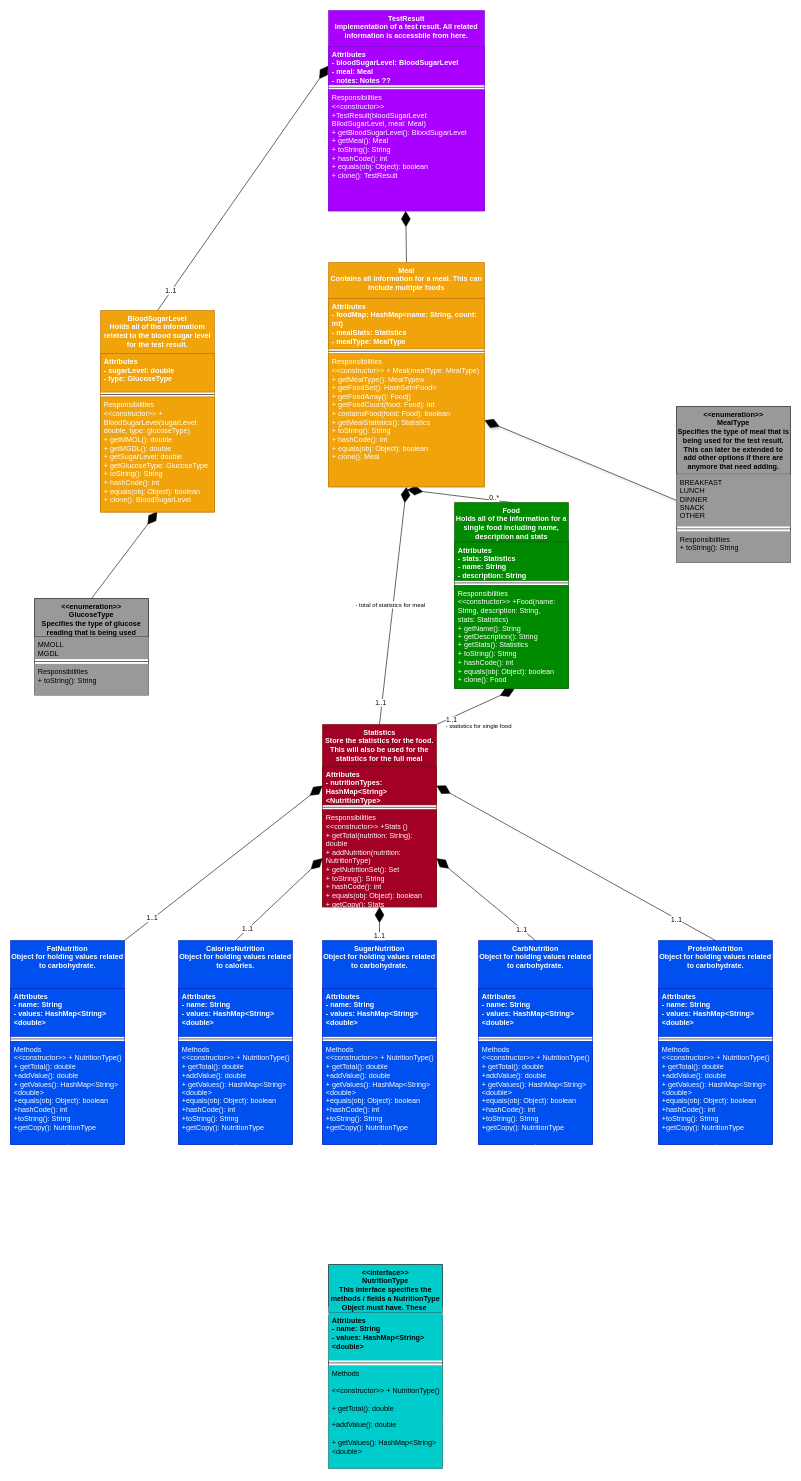
Above: Docs/ProjectLayout.drawio in dave-t-c/test-result (draw.io), before the change. Source tidied: cells renumbered, new cells numbered last; positions are measured from the earlier drawing's top-left corner, leaving out a move shared by most shapes. Both pictures are drawn from the tidied source at 60%, with x=0, y=0 at pixel (10, 10).
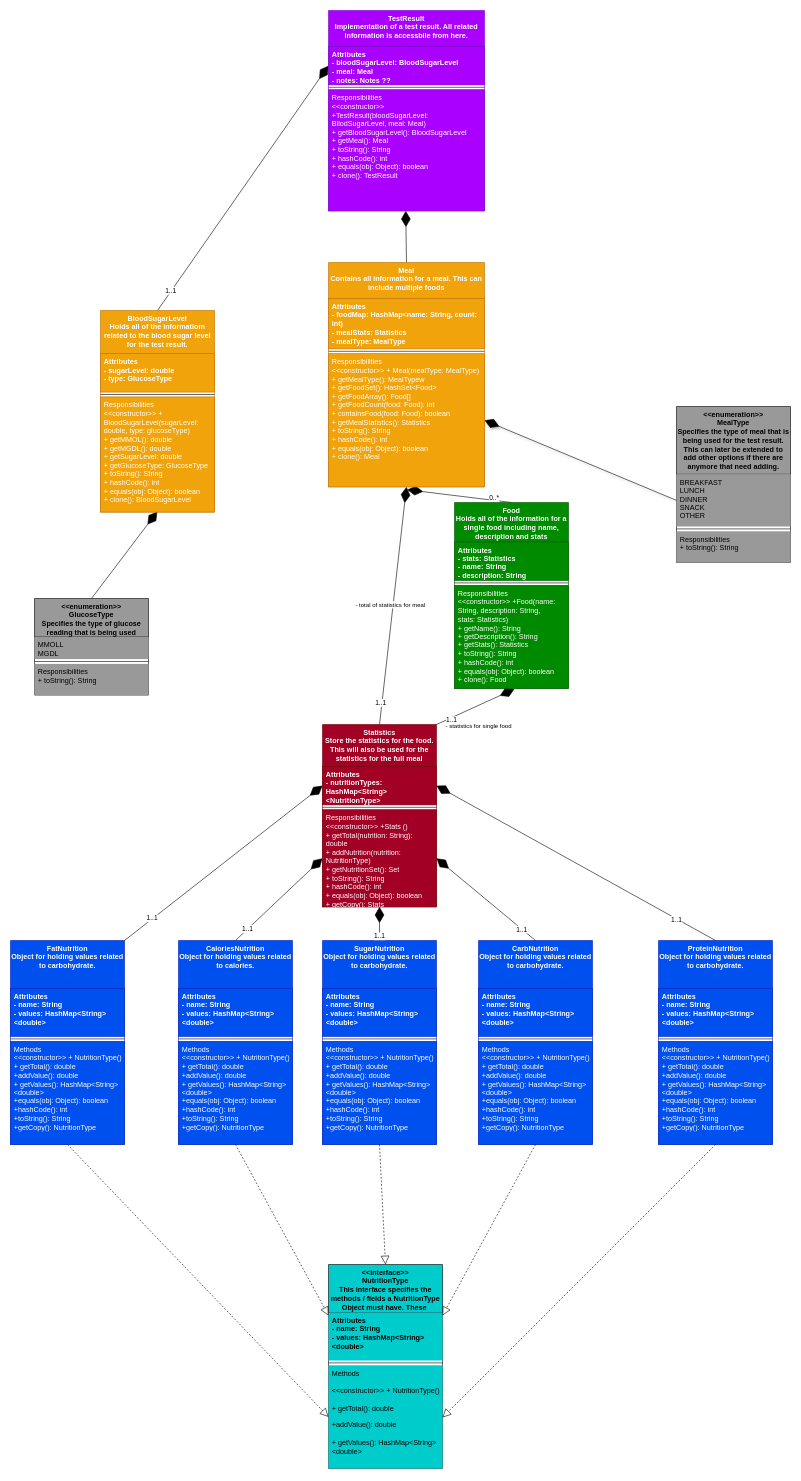
After the change.

Commit message:
Modify line color so it can be viewed in pdf.

Change the color of the line used to point to the interface as it does
not show in the pdf version.

The change refers to these unchanged cells:
```xml
<mxCell id="31" value="ProteinNutrition&#10;Object for holding values related to carbohydrate." style="swimlane;fontStyle=1;align=center;verticalAlign=top;horizontal=1;startSize=80;whiteSpace=wrap;fillColor=#0050ef;strokeColor=#001DBC;fontColor=#ffffff;" parent="1" vertex="1">
  <mxGeometry x="1080" y="1550" width="190" height="340" as="geometry" />
</mxCell>
<mxCell id="35" value="CarbNutrition&#10;Object for holding values related to carbohydrate." style="swimlane;fontStyle=1;align=center;verticalAlign=top;horizontal=1;startSize=80;whiteSpace=wrap;fillColor=#0050ef;strokeColor=#001DBC;fontColor=#ffffff;" parent="1" vertex="1">
  <mxGeometry x="780" y="1550" width="190" height="340" as="geometry" />
</mxCell>
<mxCell id="39" value="SugarNutrition&#10;Object for holding values related to carbohydrate." style="swimlane;fontStyle=1;align=center;verticalAlign=top;horizontal=1;startSize=80;whiteSpace=wrap;fillColor=#0050ef;strokeColor=#001DBC;fontColor=#ffffff;" parent="1" vertex="1">
  <mxGeometry x="520" y="1550" width="190" height="340" as="geometry" />
</mxCell>
<mxCell id="55" value="FatNutrition&#10;Object for holding values related to carbohydrate." style="swimlane;fontStyle=1;align=center;verticalAlign=top;horizontal=1;startSize=80;whiteSpace=wrap;fillColor=#0050ef;strokeColor=#001DBC;fontColor=#ffffff;" parent="1" vertex="1">
  <mxGeometry y="1550" width="190" height="340" as="geometry" />
</mxCell>
<mxCell id="59" value="CaloriesNutrition&#10;Object for holding values related to calories." style="swimlane;fontStyle=1;align=center;verticalAlign=top;horizontal=1;startSize=80;whiteSpace=wrap;fillColor=#0050ef;strokeColor=#001DBC;fontColor=#ffffff;" parent="1" vertex="1">
  <mxGeometry x="280" y="1550" width="190" height="340" as="geometry" />
</mxCell>
<mxCell id="63" value="&lt;&lt;interface&gt;&gt;&#10;NutritionType&#10;This interface specifies the methods / fields a NutritionType Object must have. These " style="swimlane;fontStyle=1;align=center;verticalAlign=top;horizontal=1;startSize=80;whiteSpace=wrap;fillColor=#00CCCC;" parent="1" vertex="1">
  <mxGeometry x="530" y="2090" width="190" height="340" as="geometry" />
</mxCell>
<mxCell id="66" value="Methods&#10;&#10;&lt;&lt;constructor&gt;&gt; + NutritionType()&#10;&#10;+ getTotal(): double&#10;&#10;+addValue(): double&#10;&#10;+ getValues(): HashMap&lt;String&gt;&lt;double&gt;" style="text;strokeColor=none;fillColor=#00CCCC;align=left;verticalAlign=top;spacingLeft=4;spacingRight=4;overflow=hidden;points=[[0,0.5],[1,0.5]];portConstraint=eastwest;whiteSpace=wrap;" parent="63" vertex="1">
  <mxGeometry y="168" width="190" height="172" as="geometry" />
</mxCell>
```

The edit, as a diff of the source:
```diff
@@
-    <mxCell id="75" style="endArrow=block;dashed=1;endFill=0;endSize=12;html=1;strokeColor=#FFFFFF;entryX=0;entryY=0.5;entryDx=0;entryDy=0;exitX=0.5;exitY=1;exitDx=0;exitDy=0;" parent="1" edge="1" source="55" target="66">
+    <mxCell id="75" style="endArrow=block;dashed=1;endFill=0;endSize=12;html=1;strokeColor=#000000;entryX=0;entryY=0.5;entryDx=0;entryDy=0;exitX=0.5;exitY=1;exitDx=0;exitDy=0;fontColor=#000000;" parent="1" edge="1" source="55" target="66">
       <mxGeometry relative="1" as="geometry" />
     </mxCell>
-    <mxCell id="76" style="endArrow=block;dashed=1;endFill=0;endSize=12;html=1;strokeColor=#FFFFFF;entryX=0;entryY=0.25;entryDx=0;entryDy=0;exitX=0.5;exitY=1;exitDx=0;exitDy=0;" parent="1" edge="1" source="59" target="63">
+    <mxCell id="76" style="endArrow=block;dashed=1;endFill=0;endSize=12;html=1;strokeColor=#000000;entryX=0;entryY=0.25;entryDx=0;entryDy=0;exitX=0.5;exitY=1;exitDx=0;exitDy=0;" parent="1" edge="1" source="59" target="63">
       <mxGeometry relative="1" as="geometry" />
     </mxCell>
-    <mxCell id="77" style="endArrow=block;dashed=1;endFill=0;endSize=12;html=1;strokeColor=#FFFFFF;entryX=0.5;entryY=0;entryDx=0;entryDy=0;exitX=0.5;exitY=1;exitDx=0;exitDy=0;" parent="1" edge="1" source="39" target="63">
+    <mxCell id="77" style="endArrow=block;dashed=1;endFill=0;endSize=12;html=1;strokeColor=#000000;entryX=0.5;entryY=0;entryDx=0;entryDy=0;exitX=0.5;exitY=1;exitDx=0;exitDy=0;" parent="1" edge="1" source="39" target="63">
       <mxGeometry relative="1" as="geometry" />
     </mxCell>
-    <mxCell id="78" style="endArrow=block;dashed=1;endFill=0;endSize=12;html=1;strokeColor=#FFFFFF;entryX=1;entryY=0.25;entryDx=0;entryDy=0;exitX=0.5;exitY=1;exitDx=0;exitDy=0;" parent="1" edge="1" source="35" target="63">
+    <mxCell id="78" style="endArrow=block;dashed=1;endFill=0;endSize=12;html=1;strokeColor=#000000;entryX=1;entryY=0.25;entryDx=0;entryDy=0;exitX=0.5;exitY=1;exitDx=0;exitDy=0;" parent="1" edge="1" source="35" target="63">
       <mxGeometry relative="1" as="geometry" />
     </mxCell>
-    <mxCell id="79" style="endArrow=block;dashed=1;endFill=0;endSize=12;html=1;strokeColor=#FFFFFF;entryX=1;entryY=0.75;entryDx=0;entryDy=0;exitX=0.5;exitY=1;exitDx=0;exitDy=0;" parent="1" edge="1" source="31" target="63">
+    <mxCell id="79" style="endArrow=block;dashed=1;endFill=0;endSize=12;html=1;strokeColor=#000000;entryX=1;entryY=0.75;entryDx=0;entryDy=0;exitX=0.5;exitY=1;exitDx=0;exitDy=0;" parent="1" edge="1" source="31" target="63">
       <mxGeometry relative="1" as="geometry" />
     </mxCell>
```
